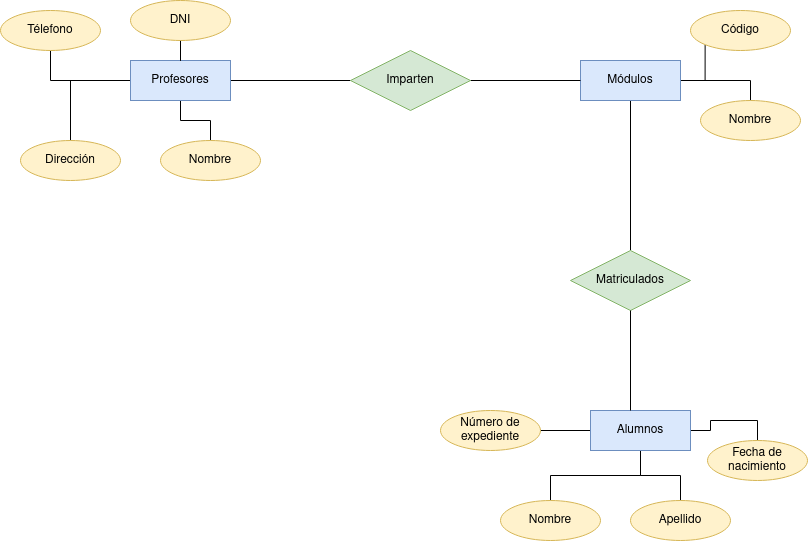
Before: Unidad-1/Tareas/Tarea-2-3/Tarea 5.drawio.png, a diagram exported from draw.io (GgbGabrielGarcia/Base-Datos). Source tidied: cells renumbered, new cells last; positions are measured from the earlier drawing's top-left corner, leaving out a move shared by most shapes.
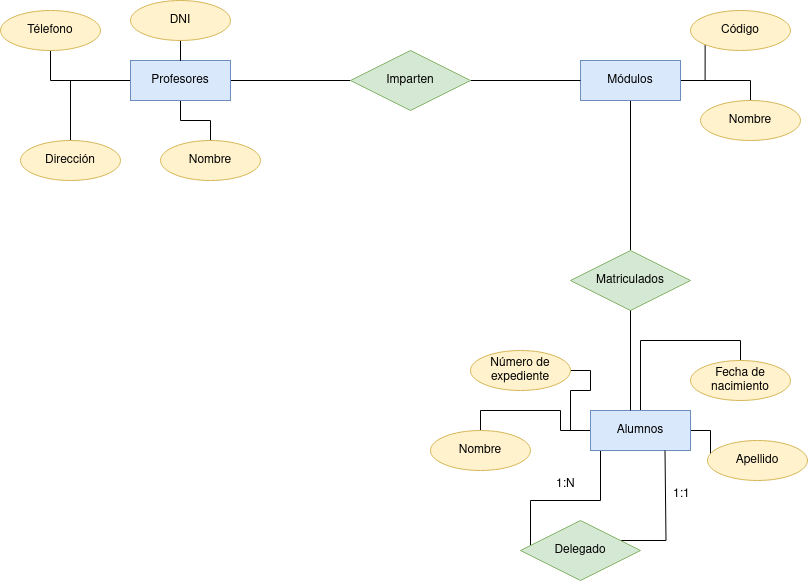
Above is the later version.

What changed in the source:
```diff
@@ -41,6 +41,14 @@
     <mxCell id="14" style="edgeStyle=orthogonalEdgeStyle;rounded=0;jettySize=auto;html=1;entryX=0.5;entryY=0;entryDx=0;entryDy=0;endArrow=none;endFill=0;" parent="1" edge="1" source="15" target="26">
       <mxGeometry relative="1" as="geometry" />
     </mxCell>
+    <mxCell id="31" style="edgeStyle=orthogonalEdgeStyle;rounded=0;jettySize=auto;html=1;endArrow=none;endFill=0;" parent="1" edge="1" source="15" target="33">
+      <mxGeometry relative="1" as="geometry">
+        <Array as="points">
+          <mxPoint x="600" y="500" />
+          <mxPoint x="530" y="500" />
+        </Array>
+      </mxGeometry>
+    </mxCell>
     <mxCell id="15" value="Alumnos" style="whiteSpace=wrap;html=1;align=center;fillColor=#dae8fc;strokeColor=#6c8ebf;" parent="1" vertex="1">
       <mxGeometry x="590" y="410" width="100" height="40" as="geometry" />
     </mxCell>
@@ -75,19 +83,37 @@
       <mxGeometry x="700" y="100" width="100" height="40" as="geometry" />
     </mxCell>
     <mxCell id="26" value="Fecha de nacimiento" style="ellipse;whiteSpace=wrap;html=1;align=center;fillColor=#fff2cc;strokeColor=#d6b656;" parent="1" vertex="1">
-      <mxGeometry x="707" y="440" width="100" height="40" as="geometry" />
+      <mxGeometry x="690" y="360" width="100" height="40" as="geometry" />
     </mxCell>
     <mxCell id="27" value="Apellido" style="ellipse;whiteSpace=wrap;html=1;align=center;fillColor=#fff2cc;strokeColor=#d6b656;" parent="1" vertex="1">
-      <mxGeometry x="630" y="500" width="100" height="40" as="geometry" />
+      <mxGeometry x="707" y="440" width="100" height="40" as="geometry" />
     </mxCell>
     <mxCell id="28" value="Nombre" style="ellipse;whiteSpace=wrap;html=1;align=center;fillColor=#fff2cc;strokeColor=#d6b656;" parent="1" vertex="1">
-      <mxGeometry x="500" y="500" width="100" height="40" as="geometry" />
+      <mxGeometry x="430" y="430" width="100" height="40" as="geometry" />
     </mxCell>
     <mxCell id="29" value="Número de expediente" style="ellipse;whiteSpace=wrap;html=1;align=center;fillColor=#fff2cc;strokeColor=#d6b656;" parent="1" vertex="1">
-      <mxGeometry x="440" y="410" width="100" height="40" as="geometry" />
+      <mxGeometry x="470" y="350" width="100" height="40" as="geometry" />
     </mxCell>
     <mxCell id="30" style="edgeStyle=orthogonalEdgeStyle;rounded=0;jettySize=auto;html=1;entryX=0.4;entryY=0;entryDx=0;entryDy=0;entryPerimeter=0;endArrow=none;endFill=0;" parent="1" edge="1" source="18" target="15">
       <mxGeometry relative="1" as="geometry" />
     </mxCell>
+    <mxCell id="32" style="edgeStyle=orthogonalEdgeStyle;rounded=0;orthogonalLoop=1;jettySize=auto;html=1;endArrow=none;endFill=0;" parent="1" edge="1">
+      <mxGeometry relative="1" as="geometry">
+        <mxPoint x="614.5" y="540" as="sourcePoint" />
+        <mxPoint x="664.5" y="450" as="targetPoint" />
+        <Array as="points">
+          <mxPoint x="665.5" y="540" />
+        </Array>
+      </mxGeometry>
+    </mxCell>
+    <mxCell id="33" value="Delegado" style="shape=rhombus;perimeter=rhombusPerimeter;whiteSpace=wrap;html=1;align=center;fillColor=#d5e8d4;strokeColor=#82b366;" parent="1" vertex="1">
+      <mxGeometry x="520" y="520" width="120" height="60" as="geometry" />
+    </mxCell>
+    <mxCell id="34" value="1:N" style="text;strokeColor=none;fillColor=none;spacingLeft=4;spacingRight=4;overflow=hidden;fontSize=12;whiteSpace=wrap;html=1;" parent="1" vertex="1">
+      <mxGeometry x="550" y="470" width="40" height="30" as="geometry" />
+    </mxCell>
+    <mxCell id="35" value="1:1" style="text;strokeColor=none;fillColor=none;spacingLeft=4;spacingRight=4;overflow=hidden;fontSize=12;whiteSpace=wrap;html=1;" parent="1" vertex="1">
+      <mxGeometry x="667" y="480" width="40" height="30" as="geometry" />
+    </mxCell>
   </root>
 </mxGraphModel>
```
